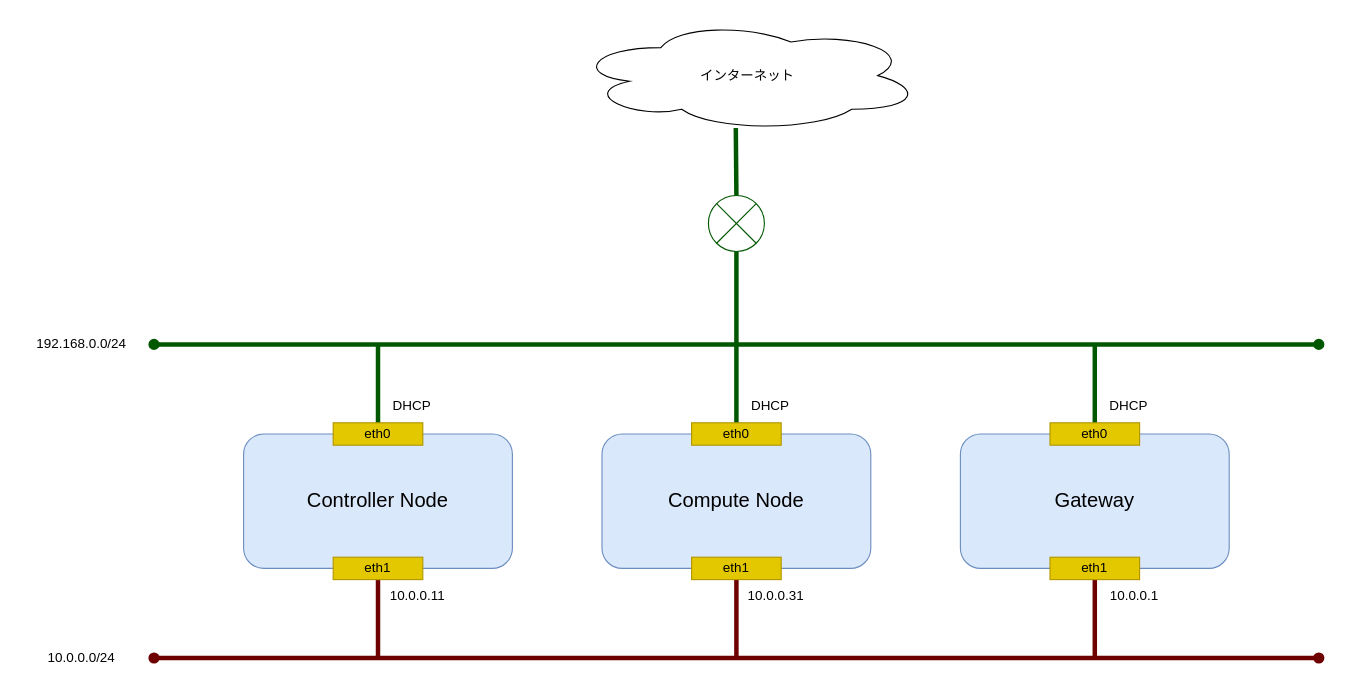
Earlier version of the draw.io diagram _static/image/network_diagram.drawio (9506hqwy/openstack_study_notes). Source tidied: cells renumbered, new cells numbered last; positions are measured from the earlier drawing's top-left corner, leaving out a move shared by most shapes. Both pictures are drawn from the tidied source at 112%, with x=0, y=0 at pixel (19, 19).
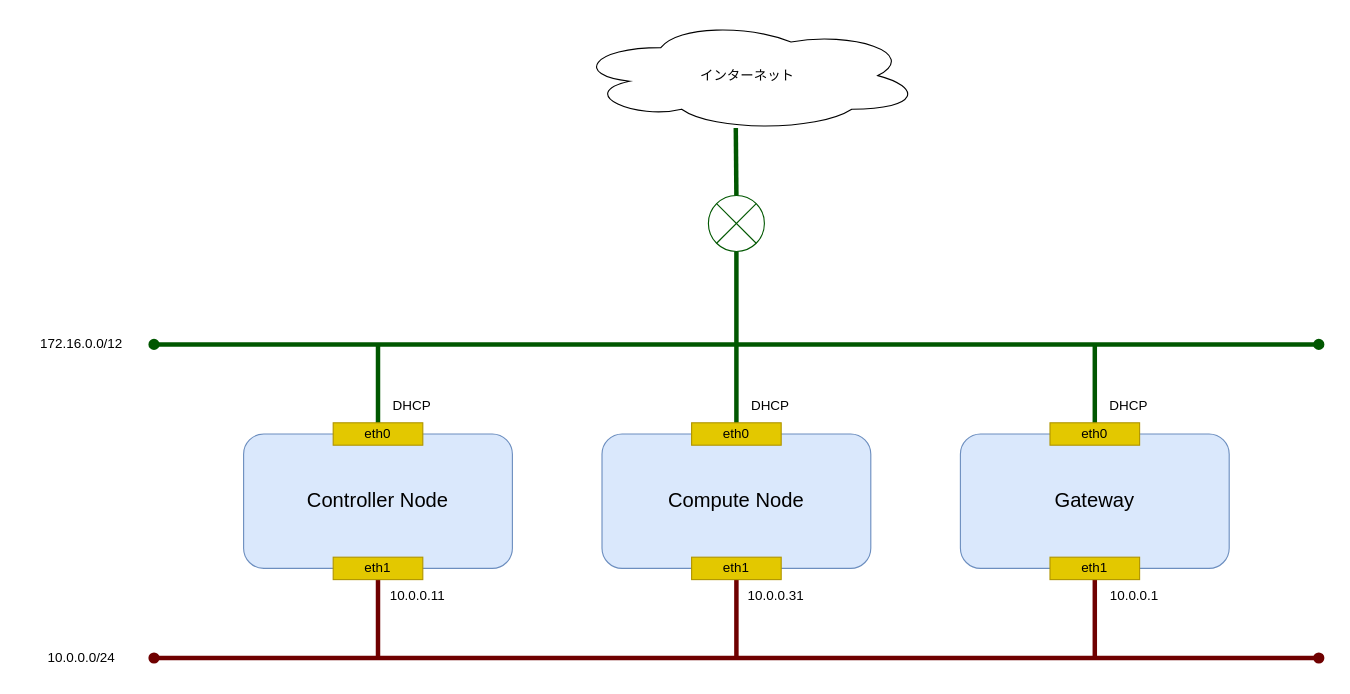
Above is the later version.

Change to the diagram source:
```diff
@@
-    <mxCell id="4" value="192.168.0.0/24" style="text;html=1;align=center;verticalAlign=middle;strokeColor=none;fillColor=none;" parent="1" vertex="1">
-      <mxGeometry y="275" width="110" height="30" as="geometry" />
+    <mxCell id="4" value="172.16.0.0/12" style="text;html=1;align=center;verticalAlign=middle;strokeColor=none;fillColor=none;" parent="1" vertex="1">
+      <mxGeometry x="5" y="275" width="100" height="30" as="geometry" />
     </mxCell>
```
